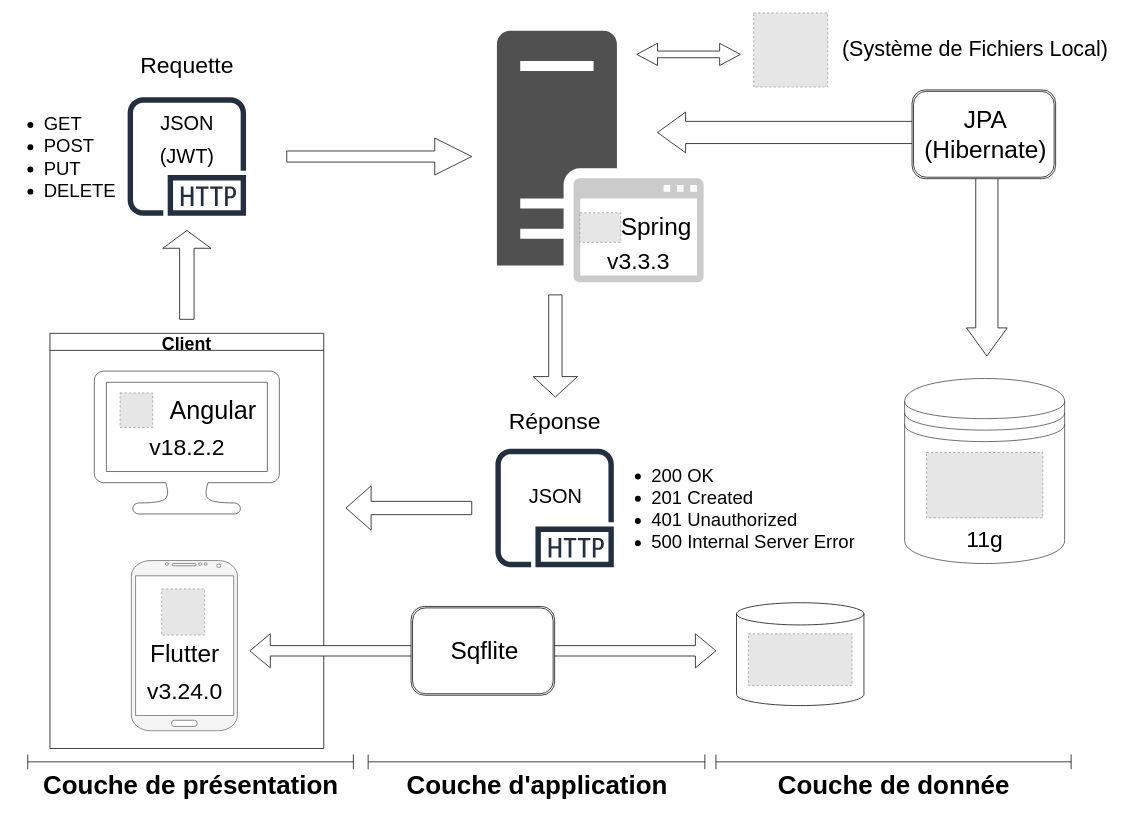
Above: Architecture.drawio in w41k4z/vote-sync (draw.io), before the change. Source tidied: cells renumbered, new cells numbered last; positions are measured from the earlier drawing's top-left corner, leaving out a move shared by most shapes. Both pictures are drawn from the tidied source at 74%, with x=0, y=0 at pixel (13, 13). Pictures stored in the file or linked from it are replaced by grey dashed boxes.
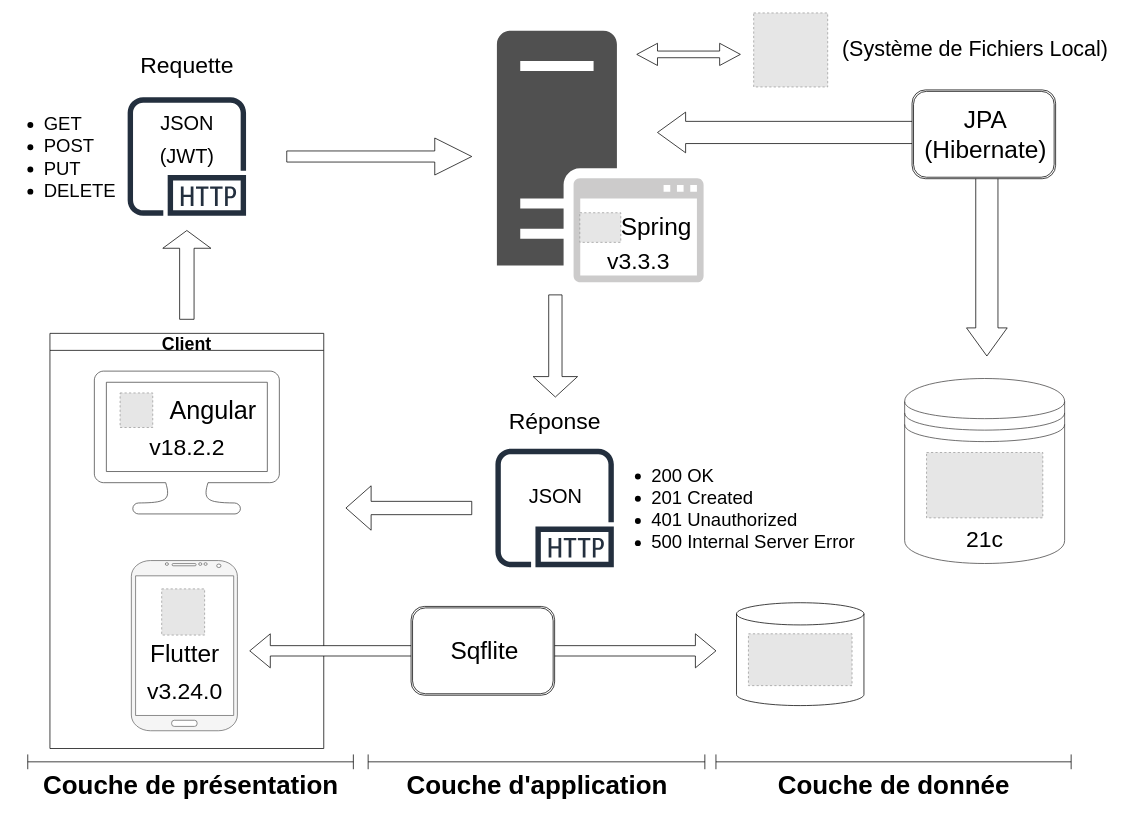
The same page after the edit.

Commit message:
Mettre à jour Architecture.drawio

The change refers to these unchanged cells:
```xml
<mxCell id="2" style="group;strokeWidth=3;" parent="1" vertex="1">
  <mxGeometry x="1205" y="494" width="216.2" height="250" as="geometry" />
</mxCell>
```

Change to the diagram source:
```diff
@@
-    <mxCell id="5" value="&lt;font style=&quot;font-size: 31px;&quot;&gt;11g&lt;/font&gt;" style="text;html=1;align=center;verticalAlign=middle;strokeColor=none;fillColor=none;fontSize=22;" parent="2" vertex="1">
+    <mxCell id="5" value="&lt;font style=&quot;font-size: 31px;&quot;&gt;21c&lt;/font&gt;" style="text;html=1;align=center;verticalAlign=middle;strokeColor=none;fillColor=none;fontSize=22;" parent="2" vertex="1">
       <mxGeometry x="73.1" y="192" width="70" height="50" as="geometry" />
     </mxCell>
```
